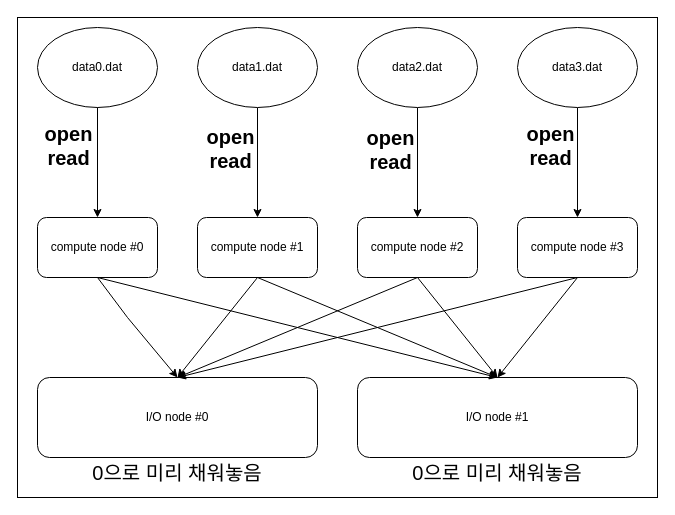
Earlier version of the draw.io diagram unix.drawio (YiBeomSeok/unix). Source tidied: cells renumbered, new cells numbered last; positions are measured from the earlier drawing's top-left corner, leaving out a move shared by most shapes. Both pictures are drawn from the tidied source at 100%, with x=0, y=0 at pixel (17, 17).
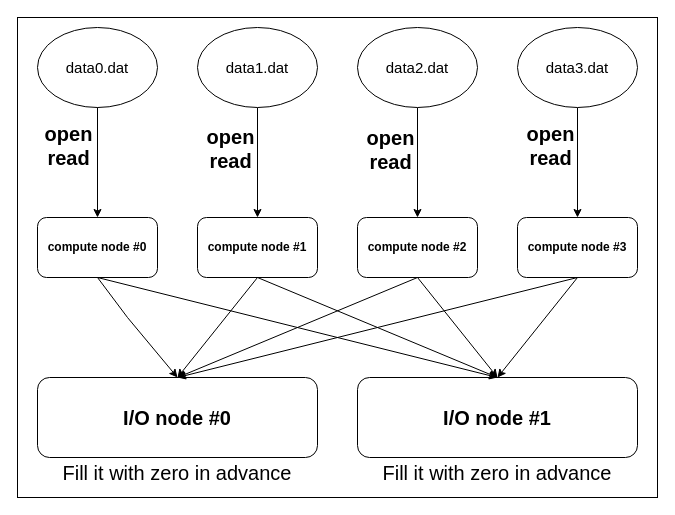
The same page after the edit.

Diff of the diagram source:
```diff
@@
-    <mxCell id="3" value="data0.dat" style="ellipse;whiteSpace=wrap;html=1;" parent="1" vertex="1">
+    <mxCell id="3" value="&lt;font style=&quot;font-size: 15px;&quot;&gt;data0.dat&lt;/font&gt;" style="ellipse;whiteSpace=wrap;html=1;" parent="1" vertex="1">
       <mxGeometry x="20" y="10" width="120" height="80" as="geometry" />
     </mxCell>
@@
-    <mxCell id="6" value="compute node #0" style="rounded=1;whiteSpace=wrap;html=1;" parent="1" vertex="1">
+    <mxCell id="6" value="&lt;b&gt;compute node #0&lt;/b&gt;" style="rounded=1;whiteSpace=wrap;html=1;" parent="1" vertex="1">
       <mxGeometry x="20" y="200" width="120" height="60" as="geometry" />
     </mxCell>
-    <mxCell id="7" value="compute node #1" style="rounded=1;whiteSpace=wrap;html=1;" parent="1" vertex="1">
+    <mxCell id="7" value="&lt;b&gt;compute node #1&lt;/b&gt;" style="rounded=1;whiteSpace=wrap;html=1;" parent="1" vertex="1">
       <mxGeometry x="180" y="200" width="120" height="60" as="geometry" />
     </mxCell>
-    <mxCell id="8" value="compute node #2" style="rounded=1;whiteSpace=wrap;html=1;" parent="1" vertex="1">
+    <mxCell id="8" value="&lt;b&gt;compute node #2&lt;/b&gt;" style="rounded=1;whiteSpace=wrap;html=1;" parent="1" vertex="1">
       <mxGeometry x="340" y="200" width="120" height="60" as="geometry" />
     </mxCell>
-    <mxCell id="9" value="compute node #3" style="rounded=1;whiteSpace=wrap;html=1;" parent="1" vertex="1">
+    <mxCell id="9" value="&lt;b&gt;compute node #3&lt;/b&gt;" style="rounded=1;whiteSpace=wrap;html=1;" parent="1" vertex="1">
       <mxGeometry x="500" y="200" width="120" height="60" as="geometry" />
     </mxCell>
@@
-    <mxCell id="13" value="I/O node #0" style="rounded=1;whiteSpace=wrap;html=1;" parent="1" vertex="1">
+    <mxCell id="13" value="&lt;font style=&quot;font-size: 20px;&quot;&gt;&lt;b&gt;I/O node #0&lt;/b&gt;&lt;/font&gt;" style="rounded=1;whiteSpace=wrap;html=1;" parent="1" vertex="1">
       <mxGeometry x="20" y="360" width="280" height="80" as="geometry" />
     </mxCell>
-    <mxCell id="14" value="I/O node #1" style="rounded=1;whiteSpace=wrap;html=1;" parent="1" vertex="1">
+    <mxCell id="14" value="&lt;font style=&quot;font-size: 20px;&quot;&gt;&lt;b&gt;I/O node #1&lt;/b&gt;&lt;/font&gt;" style="rounded=1;whiteSpace=wrap;html=1;" parent="1" vertex="1">
       <mxGeometry x="340" y="360" width="280" height="80" as="geometry" />
     </mxCell>
@@
-    <mxCell id="22" value="data1.dat" style="ellipse;whiteSpace=wrap;html=1;" parent="1" vertex="1">
+    <mxCell id="22" value="&lt;font style=&quot;font-size: 15px;&quot;&gt;data1.dat&lt;/font&gt;" style="ellipse;whiteSpace=wrap;html=1;" parent="1" vertex="1">
       <mxGeometry x="180" y="10" width="120" height="80" as="geometry" />
     </mxCell>
-    <mxCell id="23" value="data2.dat" style="ellipse;whiteSpace=wrap;html=1;" parent="1" vertex="1">
+    <mxCell id="23" value="&lt;font style=&quot;font-size: 15px;&quot;&gt;data2.dat&lt;/font&gt;" style="ellipse;whiteSpace=wrap;html=1;" parent="1" vertex="1">
       <mxGeometry x="340" y="10" width="120" height="80" as="geometry" />
     </mxCell>
-    <mxCell id="24" value="data3.dat" style="ellipse;whiteSpace=wrap;html=1;" parent="1" vertex="1">
+    <mxCell id="24" value="&lt;font style=&quot;font-size: 15px;&quot;&gt;data3.dat&lt;/font&gt;" style="ellipse;whiteSpace=wrap;html=1;" parent="1" vertex="1">
       <mxGeometry x="500" y="10" width="120" height="80" as="geometry" />
     </mxCell>
-    <mxCell id="25" value="0으로 미리 채워놓음" style="text;html=1;strokeColor=none;fillColor=none;align=center;verticalAlign=middle;whiteSpace=wrap;rounded=0;fontFamily=Helvetica;fontSize=20;fontColor=default;" parent="1" vertex="1">
+    <mxCell id="25" value="Fill it with zero in advance" style="text;html=1;strokeColor=none;fillColor=none;align=center;verticalAlign=middle;whiteSpace=wrap;rounded=0;fontFamily=Helvetica;fontSize=20;fontColor=default;" parent="1" vertex="1">
       <mxGeometry x="20" y="440" width="280" height="30" as="geometry" />
     </mxCell>
-    <mxCell id="26" value="0으로 미리 채워놓음" style="text;html=1;strokeColor=none;fillColor=none;align=center;verticalAlign=middle;whiteSpace=wrap;rounded=0;fontFamily=Helvetica;fontSize=20;fontColor=default;" parent="1" vertex="1">
+    <mxCell id="26" value="Fill it with zero in advance" style="text;html=1;strokeColor=none;fillColor=none;align=center;verticalAlign=middle;whiteSpace=wrap;rounded=0;fontFamily=Helvetica;fontSize=20;fontColor=default;" parent="1" vertex="1">
       <mxGeometry x="340" y="440" width="280" height="30" as="geometry" />
     </mxCell>
```
